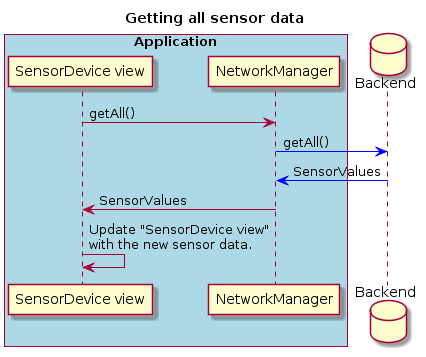
Earlier version of the PlantUML export docs/STLDD/seq2.png (ockka/ETSN05-Group2).
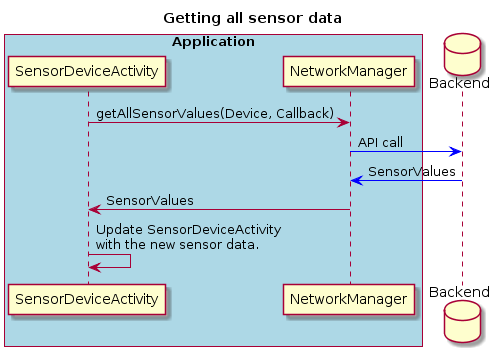
The same file after the commit.

Commit message:
Third sequence fixed

Diff of the diagram source:
```diff
@@ -1,25 +1,24 @@
 @startuml
 title Getting all sensor data
 
-participant "SensorDevice view"
+participant SensorDeviceActivity
 participant NetworkManager
 
 box "Application" #LightBlue
-	participant "SensorDevice view"
+	participant SensorDeviceActivity
 	participant NetworkManager
 end box
 
 database Backend
 
 
+SensorDeviceActivity -> NetworkManager: getAllSensorValues(Device, Callback)
 
-"SensorDevice view" -> NetworkManager: getAll()
-
-NetworkManager -[#0000FF]> Backend : getAll()
+NetworkManager -[#0000FF]> Backend : API call
 
 NetworkManager <[#0000FF]- Backend : SensorValues
 
-"SensorDevice view"<- NetworkManager : SensorValues
+SensorDeviceActivity<- NetworkManager : SensorValues
 
-"SensorDevice view"-> "SensorDevice view": Update "SensorDevice view"\nwith the new sensor data.
+SensorDeviceActivity-> SensorDeviceActivity: Update SensorDeviceActivity\nwith the new sensor data.
 @enduml
```
